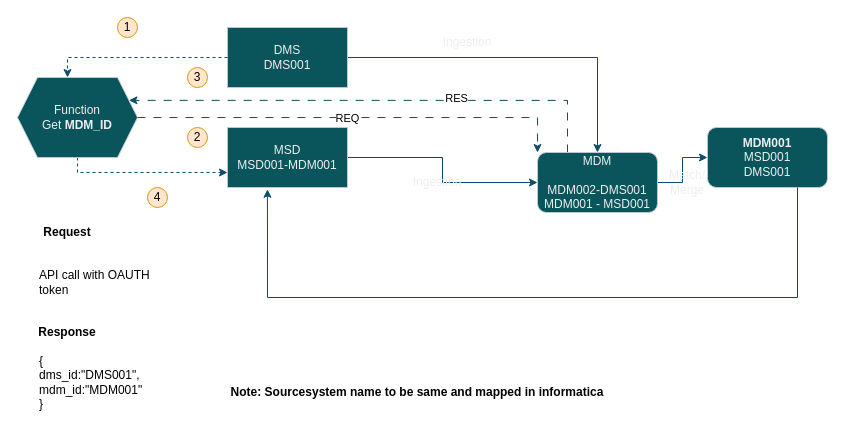
biswarup81/drawings keeps this draw.io diagram as page "DMS API" (43 of 46) of TME.drawio. Above is the earlier version. Source tidied: cells renumbered, new cells numbered last; positions are measured from the earlier drawing's top-left corner, leaving out a move shared by most shapes. Both pictures are drawn from the tidied source at 100%, with x=0, y=0 at pixel (17, 17).
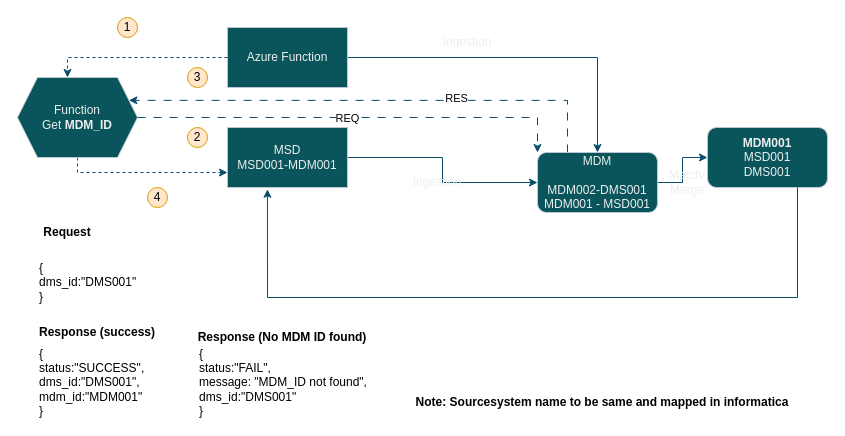
The same diagram, later.

The edit, as a diff of the source:
```diff
@@
-    <mxCell id="9" value="DMS&lt;div&gt;DMS001&lt;/div&gt;" style="rounded=0;whiteSpace=wrap;html=1;labelBackgroundColor=none;fillColor=#09555B;strokeColor=#BAC8D3;fontColor=#EEEEEE;" parent="1" vertex="1">
+    <mxCell id="9" value="Azure Function" style="rounded=0;whiteSpace=wrap;html=1;labelBackgroundColor=none;fillColor=#09555B;strokeColor=#BAC8D3;fontColor=#EEEEEE;" parent="1" vertex="1">
       <mxGeometry x="210" y="10" width="120" height="60" as="geometry" />
     </mxCell>
@@
-    <mxCell id="17" value="{&lt;div&gt;dms_id:&quot;DMS001&quot;,&lt;div&gt;mdm_id:&quot;MDM001&quot;&lt;/div&gt;&lt;div&gt;}&lt;/div&gt;&lt;/div&gt;" style="text;html=1;align=left;verticalAlign=middle;whiteSpace=wrap;rounded=0;labelBackgroundColor=none;fontColor=#000000;" parent="1" vertex="1">
-      <mxGeometry x="20" y="330" width="120" height="70" as="geometry" />
+    <mxCell id="17" value="{&lt;div&gt;status:&quot;SUCCESS&quot;,&lt;br&gt;&lt;div&gt;dms_id:&quot;DMS001&quot;,&lt;div&gt;mdm_id:&quot;MDM001&quot;&lt;/div&gt;&lt;div&gt;}&lt;/div&gt;&lt;/div&gt;&lt;/div&gt;" style="text;html=1;align=left;verticalAlign=middle;whiteSpace=wrap;rounded=0;labelBackgroundColor=none;fontColor=#000000;" parent="1" vertex="1">
+      <mxGeometry x="20" y="330" width="130" height="70" as="geometry" />
     </mxCell>
-    <mxCell id="18" value="Response" style="text;html=1;align=center;verticalAlign=middle;whiteSpace=wrap;rounded=0;fontStyle=1;labelBackgroundColor=none;fontColor=#000000;" parent="1" vertex="1">
-      <mxGeometry x="20" y="300" width="60" height="30" as="geometry" />
+    <mxCell id="18" value="Response (success)" style="text;html=1;align=center;verticalAlign=middle;whiteSpace=wrap;rounded=0;fontStyle=1;labelBackgroundColor=none;fontColor=#000000;" parent="1" vertex="1">
+      <mxGeometry x="10" y="300" width="140" height="30" as="geometry" />
     </mxCell>
     <mxCell id="19" value="Note: Sourcesystem name to be same and mapped in informatica" style="text;html=1;align=center;verticalAlign=middle;whiteSpace=wrap;rounded=0;fontStyle=1;labelBackgroundColor=none;fontColor=#000000;" parent="1" vertex="1">
-      <mxGeometry x="210" y="360" width="380" height="30" as="geometry" />
+      <mxGeometry x="395" y="370" width="380" height="30" as="geometry" />
     </mxCell>
@@
-    <mxCell id="24" value="API call with OAUTH token" style="text;html=1;align=left;verticalAlign=middle;whiteSpace=wrap;rounded=0;labelBackgroundColor=none;fontColor=#000000;" parent="1" vertex="1">
+    <mxCell id="24" value="{&lt;div&gt;dms_id:&quot;DMS001&quot;&lt;br&gt;&lt;div&gt;}&lt;/div&gt;&lt;/div&gt;" style="text;html=1;align=left;verticalAlign=middle;whiteSpace=wrap;rounded=0;labelBackgroundColor=none;fontColor=#000000;" parent="1" vertex="1">
       <mxGeometry x="20" y="230" width="120" height="70" as="geometry" />
     </mxCell>
@@
+    <mxCell id="29" value="{&lt;div&gt;status:&quot;FAIL&quot;,&lt;br&gt;&lt;div&gt;message: &quot;MDM_ID not found&quot;,&lt;/div&gt;&lt;div&gt;dms_id:&quot;DMS001&quot;&lt;br&gt;&lt;div&gt;}&lt;/div&gt;&lt;/div&gt;&lt;/div&gt;" style="text;html=1;align=left;verticalAlign=middle;whiteSpace=wrap;rounded=0;labelBackgroundColor=none;fontColor=#000000;" parent="1" vertex="1">
+      <mxGeometry x="180" y="330" width="200" height="70" as="geometry" />
+    </mxCell>
+    <mxCell id="30" value="Response (No MDM ID found)" style="text;html=1;align=center;verticalAlign=middle;whiteSpace=wrap;rounded=0;fontStyle=1;labelBackgroundColor=none;fontColor=#000000;" parent="1" vertex="1">
+      <mxGeometry x="170" y="305" width="190" height="30" as="geometry" />
+    </mxCell>
```
